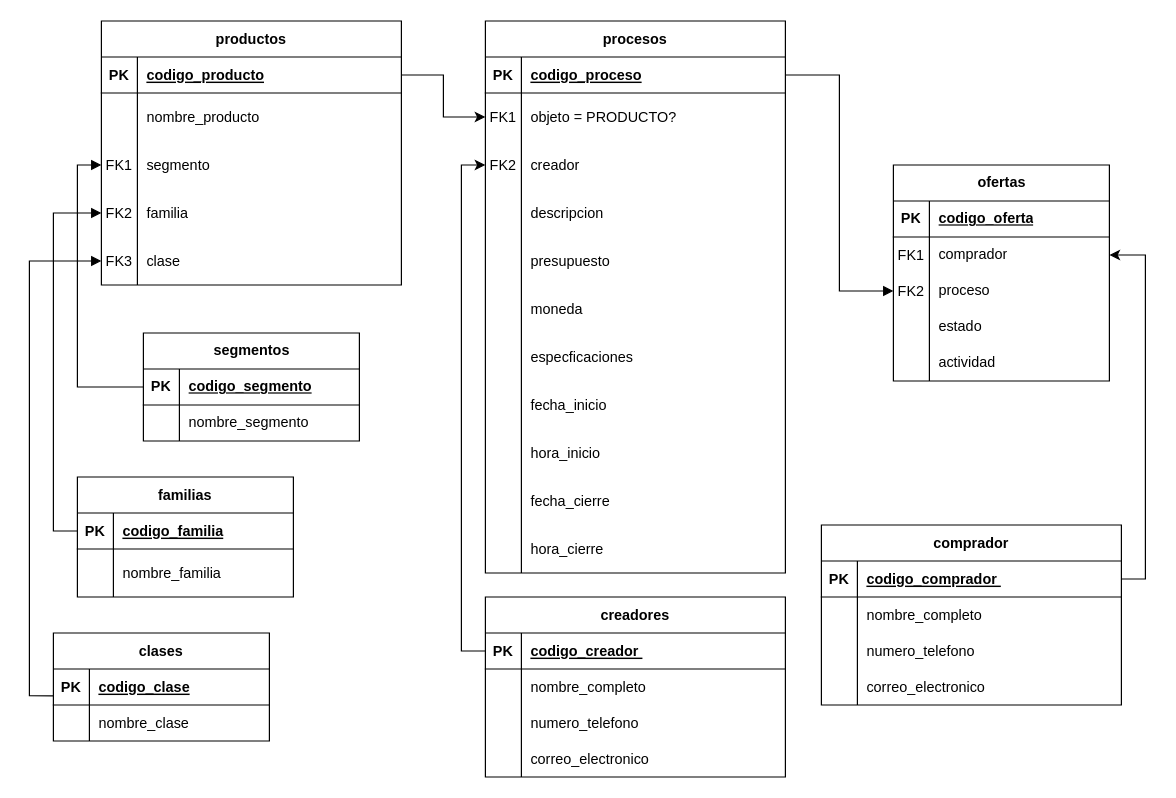
Before: Diagrama sin título.drawio in manueld1az/IMC, a draw.io diagram. Source tidied: cells renumbered, new cells numbered last; positions are measured from the earlier drawing's top-left corner, leaving out a move shared by most shapes. Both pictures are drawn from the tidied source at 120%, with x=0, y=0 at pixel (53, 20).
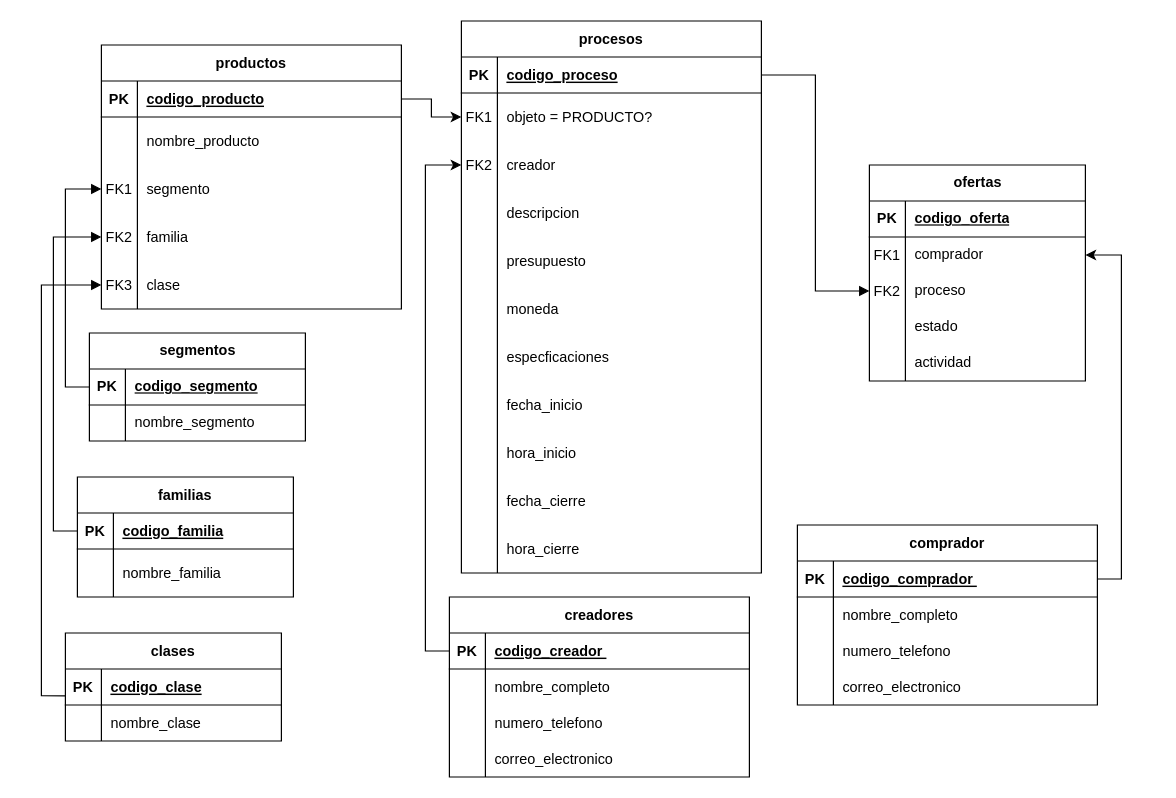
The same diagram, later.

The change refers to these unchanged cells:
```xml
<mxCell id="9" style="shape=partialRectangle;fillColor=none;points=[[0,0.5],[1,0.5]];portConstraint=eastwest;top=0;left=0;right=0;bottom=0;" parent="2" vertex="1">
  <mxGeometry y="100" width="250" height="40" as="geometry" />
</mxCell>
<mxCell id="37" style="shape=partialRectangle;fillColor=none;points=[[0,0.5],[1,0.5]];portConstraint=eastwest;top=0;left=0;right=0;bottom=1;" parent="36" vertex="1">
  <mxGeometry y="30" width="250" height="30" as="geometry" />
</mxCell>
```

Change to the diagram source:
```diff
@@
     <mxCell id="2" value="procesos" style="shape=table;startSize=30;childLayout=tableLayout;rowLines=0;fontStyle=1;align=center;" parent="1" vertex="1">
-      <mxGeometry x="360" width="250" height="460" as="geometry" />
+      <mxGeometry x="340" width="250" height="460" as="geometry" />
     </mxCell>
@@
     <mxCell id="36" value="creadores" style="shape=table;startSize=30;childLayout=tableLayout;rowLines=0;fontStyle=1;align=center;" parent="1" vertex="1">
-      <mxGeometry x="360" y="480" width="250" height="150" as="geometry" />
+      <mxGeometry x="330" y="480" width="250" height="150" as="geometry" />
     </mxCell>
@@
     <mxCell id="49" value="productos" style="shape=table;startSize=30;childLayout=tableLayout;rowLines=0;fontStyle=1;align=center;" parent="1" vertex="1">
-      <mxGeometry x="40" width="250" height="220" as="geometry" />
+      <mxGeometry x="40" y="20" width="250" height="220" as="geometry" />
     </mxCell>
@@
     <mxCell id="65" value="clases" style="shape=table;startSize=30;childLayout=tableLayout;rowLines=0;fontStyle=1;align=center;" parent="1" vertex="1">
-      <mxGeometry y="510" width="180" height="90" as="geometry" />
+      <mxGeometry x="10" y="510" width="180" height="90" as="geometry" />
     </mxCell>
@@
     <mxCell id="79" style="group;" parent="1" vertex="1">
-      <mxGeometry x="700" y="120" width="180" height="150" as="geometry" />
+      <mxGeometry x="680" y="120" width="180" height="150" as="geometry" />
     </mxCell>
@@
     <mxCell id="101" value="segmentos" style="shape=table;startSize=30;childLayout=tableLayout;rowLines=0;fontStyle=1;align=center;html=1;" parent="1" vertex="1">
-      <mxGeometry x="75" y="260" width="180" height="90" as="geometry" />
+      <mxGeometry x="30" y="260" width="180" height="90" as="geometry" />
     </mxCell>
@@
     <mxCell id="112" value="comprador" style="shape=table;startSize=30;childLayout=tableLayout;rowLines=0;fontStyle=1;align=center;" parent="1" vertex="1">
-      <mxGeometry x="640" y="420" width="250" height="150" as="geometry" />
+      <mxGeometry x="620" y="420" width="250" height="150" as="geometry" />
     </mxCell>
@@
-    <mxCell id="126" style="edgeStyle=orthogonalEdgeStyle;rounded=0;jettySize=auto;html=1;entryX=0;entryY=0.5;entryDx=0;entryDy=0;" parent="1" edge="1" source="37" target="9">
+    <mxCell id="126" style="edgeStyle=orthogonalEdgeStyle;rounded=0;jettySize=auto;html=1;entryX=0;entryY=0.5;entryDx=0;entryDy=0;exitX=0;exitY=0.5;exitDx=0;exitDy=0;" parent="1" edge="1" source="37" target="9">
       <mxGeometry relative="1" as="geometry" />
     </mxCell>
```
